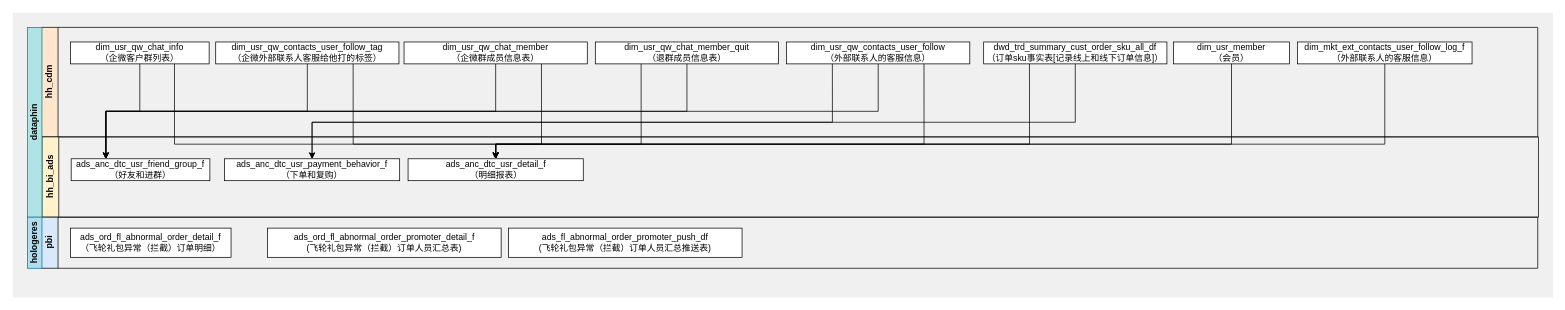
Earlier version of the draw.io diagram 企微BI报表.drawio (ztacode/drawio). Source tidied: cells renumbered, new cells numbered last; positions are measured from the earlier drawing's top-left corner, leaving out a move shared by most shapes. Both pictures are drawn from the tidied source at 73%, with x=0, y=0 at pixel (12, 12).
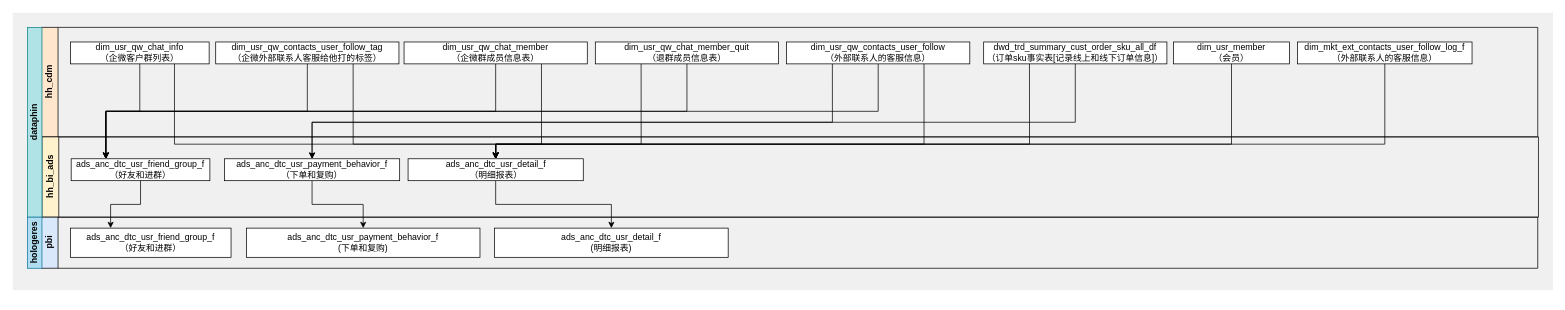
The same diagram, later.

Commit message (it also covers changes not shown here):
更新企微BI报表.drawio

The change refers to these unchanged cells:
```xml
<mxCell id="11" value="ads_anc_dtc_usr_friend_group_f&lt;br&gt;（好友和进群）" style="rounded=0;whiteSpace=wrap;html=1;" parent="10" vertex="1">
  <mxGeometry x="40" y="30" width="190" height="30" as="geometry" />
</mxCell>
<mxCell id="12" value="pbi" style="swimlane;horizontal=0;whiteSpace=wrap;html=1;startSize=23;fillColor=#dae8fc;strokeColor=default;" parent="1" vertex="1">
  <mxGeometry x="39" y="280" width="2050" height="70" as="geometry" />
</mxCell>
<mxCell id="27" value="ads_anc_dtc_usr_payment_behavior_f&lt;br&gt;（下单和复购）" style="rounded=0;whiteSpace=wrap;html=1;" parent="1" vertex="1">
  <mxGeometry x="290" y="200" width="240" height="30" as="geometry" />
</mxCell>
<mxCell id="29" value="ads_anc_dtc_usr_detail_f&lt;br&gt;（明细报表）" style="rounded=0;whiteSpace=wrap;html=1;" parent="1" vertex="1">
  <mxGeometry x="541.5" y="200" width="240" height="30" as="geometry" />
</mxCell>
```

Change to the diagram source:
```diff
@@
     <mxCell id="2" style="rounded=0;whiteSpace=wrap;html=1;fillColor=#F0F0F0;strokeColor=none;" parent="1" vertex="1">
-      <mxGeometry width="2110" height="390" as="geometry" />
+      <mxGeometry width="2110" height="380" as="geometry" />
     </mxCell>
@@
-    <mxCell id="13" value="ads_ord_fl_abnormal_order_detail_f&lt;br&gt;（飞轮礼包异常（拦截）订单明细）" style="rounded=0;whiteSpace=wrap;html=1;" parent="12" vertex="1">
+    <mxCell id="13" value="ads_anc_dtc_usr_friend_group_f&lt;br&gt;（好友和进群）" style="rounded=0;whiteSpace=wrap;html=1;" parent="12" vertex="1">
       <mxGeometry x="40" y="15" width="220" height="40" as="geometry" />
     </mxCell>
-    <mxCell id="14" value="ads_ord_fl_abnormal_order_promoter_detail_f&lt;br&gt;(飞轮礼包异常（拦截）订单人员汇总表)" style="rounded=0;whiteSpace=wrap;html=1;" parent="12" vertex="1">
-      <mxGeometry x="310" y="15" width="320" height="40" as="geometry" />
+    <mxCell id="14" value="ads_anc_dtc_usr_payment_behavior_f&lt;br style=&quot;border-color: var(--border-color);&quot;&gt;(下单和复购)" style="rounded=0;whiteSpace=wrap;html=1;" parent="12" vertex="1">
+      <mxGeometry x="281" y="15" width="320" height="40" as="geometry" />
     </mxCell>
-    <mxCell id="15" value="ads_fl_abnormal_order_promoter_push_df&lt;br&gt;&lt;span style=&quot;background-color: initial;&quot;&gt;(飞轮礼包异常（拦截）订单人员汇总推送表)&lt;/span&gt;" style="rounded=0;whiteSpace=wrap;html=1;" parent="12" vertex="1">
-      <mxGeometry x="640" y="15" width="320" height="40" as="geometry" />
+    <mxCell id="15" value="ads_anc_dtc_usr_detail_f&lt;br&gt;(明细报表&lt;span style=&quot;background-color: initial;&quot;&gt;)&lt;/span&gt;" style="rounded=0;whiteSpace=wrap;html=1;" parent="12" vertex="1">
+      <mxGeometry x="621" y="15" width="320" height="40" as="geometry" />
     </mxCell>
@@
+    <mxCell id="37" style="edgeStyle=orthogonalEdgeStyle;rounded=0;jettySize=auto;html=1;exitX=0.5;exitY=1;exitDx=0;exitDy=0;entryX=0.5;entryY=0;entryDx=0;entryDy=0;" parent="1" edge="1" source="27" target="14">
+      <mxGeometry relative="1" as="geometry" />
+    </mxCell>
@@
+    <mxCell id="38" style="edgeStyle=orthogonalEdgeStyle;rounded=0;jettySize=auto;html=1;exitX=0.5;exitY=1;exitDx=0;exitDy=0;entryX=0.5;entryY=0;entryDx=0;entryDy=0;" parent="1" edge="1" source="29" target="15">
+      <mxGeometry relative="1" as="geometry" />
+    </mxCell>
@@
+    <mxCell id="39" style="edgeStyle=orthogonalEdgeStyle;rounded=0;jettySize=auto;html=1;exitX=0.5;exitY=1;exitDx=0;exitDy=0;entryX=0.25;entryY=0;entryDx=0;entryDy=0;" parent="1" edge="1" source="11" target="13">
+      <mxGeometry relative="1" as="geometry" />
+    </mxCell>
```
